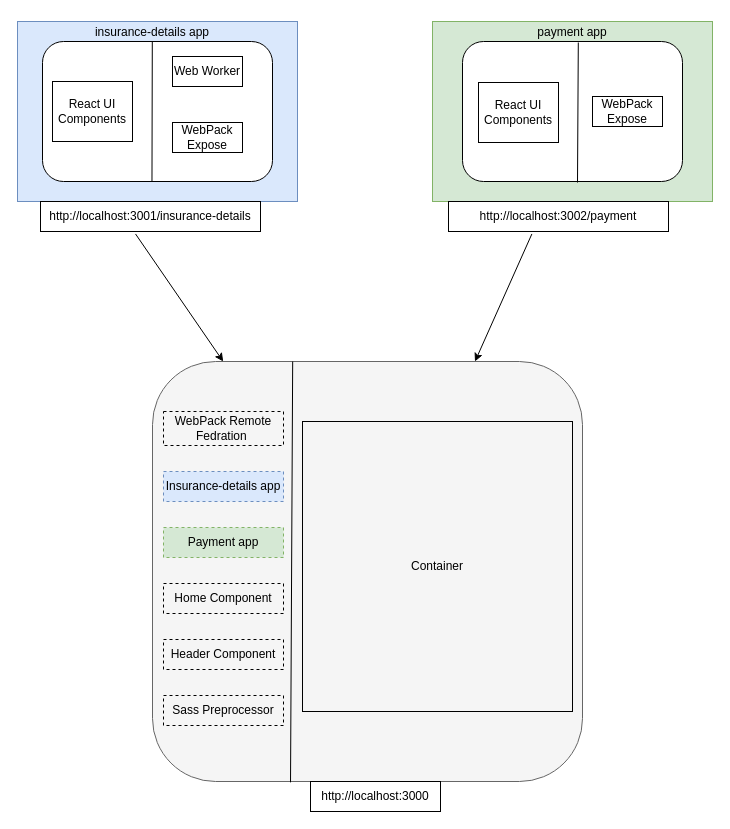
This is MFE_Architecture.drawio from Amarcool55/React_MFE, a draw.io file, before an edit. Source tidied: cells renumbered, new cells numbered last; positions are measured from the earlier drawing's top-left corner, leaving out a move shared by most shapes. Both pictures are drawn from the tidied source at 100%, with x=0, y=0 at pixel (17, 17).
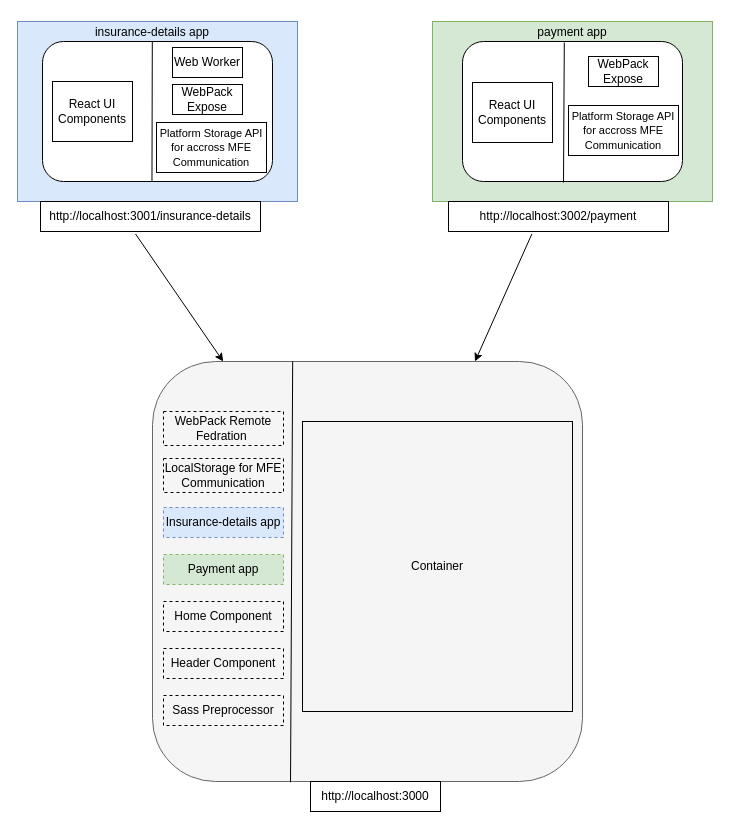
The same page after the edit.

Diff of the diagram source:
```diff
@@
     <mxCell id="9" value="Web Worker" style="text;html=1;strokeColor=default;fillColor=none;align=center;verticalAlign=middle;whiteSpace=wrap;rounded=0;" parent="1" vertex="1">
-      <mxGeometry x="155" y="39" width="70" height="30" as="geometry" />
+      <mxGeometry x="155" y="30" width="70" height="30" as="geometry" />
     </mxCell>
@@
     <mxCell id="11" value="WebPack&lt;br&gt;Expose" style="text;html=1;strokeColor=default;fillColor=none;align=center;verticalAlign=middle;whiteSpace=wrap;rounded=0;" parent="1" vertex="1">
-      <mxGeometry x="155" y="105" width="70" height="30" as="geometry" />
+      <mxGeometry x="155" y="67" width="70" height="30" as="geometry" />
     </mxCell>
@@
     <mxCell id="13" style="endArrow=none;html=1;rounded=0;entryX=0.476;entryY=1.001;entryDx=0;entryDy=0;entryPerimeter=0;" parent="1" edge="1">
       <mxGeometry relative="1" as="geometry">
-        <mxPoint x="560.8" y="25" as="sourcePoint" />
-        <mxPoint x="560" y="165" as="targetPoint" />
+        <mxPoint x="546.8" y="25" as="sourcePoint" />
+        <mxPoint x="546" y="165" as="targetPoint" />
       </mxGeometry>
     </mxCell>
     <mxCell id="14" value="WebPack&lt;br&gt;Expose" style="text;html=1;strokeColor=default;fillColor=none;align=center;verticalAlign=middle;whiteSpace=wrap;rounded=0;" parent="1" vertex="1">
-      <mxGeometry x="575" y="79" width="70" height="30" as="geometry" />
+      <mxGeometry x="571" y="39" width="70" height="30" as="geometry" />
     </mxCell>
     <mxCell id="15" value="React UI Components" style="text;html=1;strokeColor=default;fillColor=none;align=center;verticalAlign=middle;whiteSpace=wrap;rounded=0;" parent="1" vertex="1">
-      <mxGeometry x="461" y="65" width="80" height="60" as="geometry" />
+      <mxGeometry x="455" y="65" width="80" height="60" as="geometry" />
     </mxCell>
@@
     <mxCell id="19" value="Header Component" style="text;html=1;strokeColor=default;fillColor=none;align=center;verticalAlign=middle;whiteSpace=wrap;rounded=0;dashed=1;" parent="1" vertex="1">
-      <mxGeometry x="146" y="622" width="120" height="30" as="geometry" />
+      <mxGeometry x="146" y="631" width="120" height="30" as="geometry" />
     </mxCell>
     <mxCell id="20" value="Home Component" style="text;html=1;strokeColor=default;fillColor=none;align=center;verticalAlign=middle;whiteSpace=wrap;rounded=0;dashed=1;" parent="1" vertex="1">
-      <mxGeometry x="146" y="566" width="120" height="30" as="geometry" />
+      <mxGeometry x="146" y="584" width="120" height="30" as="geometry" />
     </mxCell>
     <mxCell id="21" value="Payment app" style="text;html=1;strokeColor=#82b366;fillColor=#d5e8d4;align=center;verticalAlign=middle;whiteSpace=wrap;rounded=0;dashed=1;" parent="1" vertex="1">
-      <mxGeometry x="146" y="510" width="120" height="30" as="geometry" />
+      <mxGeometry x="146" y="537" width="120" height="30" as="geometry" />
     </mxCell>
     <mxCell id="22" value="Insurance-details app" style="text;html=1;strokeColor=#6c8ebf;fillColor=#dae8fc;align=center;verticalAlign=middle;whiteSpace=wrap;rounded=0;dashed=1;" parent="1" vertex="1">
-      <mxGeometry x="146" y="454" width="120" height="30" as="geometry" />
+      <mxGeometry x="146" y="490" width="120" height="30" as="geometry" />
     </mxCell>
@@
+    <mxCell id="29" value="LocalStorage for MFE Communication" style="text;html=1;strokeColor=default;fillColor=none;align=center;verticalAlign=middle;whiteSpace=wrap;rounded=0;dashed=1;" parent="1" vertex="1">
+      <mxGeometry x="146" y="441" width="120" height="34" as="geometry" />
+    </mxCell>
+    <mxCell id="30" value="&lt;font style=&quot;font-size: 11px;&quot;&gt;Platform Storage API for accross MFE Communication&lt;/font&gt;" style="text;html=1;strokeColor=default;fillColor=none;align=center;verticalAlign=middle;whiteSpace=wrap;rounded=0;" parent="1" vertex="1">
+      <mxGeometry x="139" y="105" width="110" height="50" as="geometry" />
+    </mxCell>
+    <mxCell id="31" value="&lt;font style=&quot;font-size: 11px;&quot;&gt;Platform Storage API for accross MFE Communication&lt;/font&gt;" style="text;html=1;strokeColor=default;fillColor=none;align=center;verticalAlign=middle;whiteSpace=wrap;rounded=0;" parent="1" vertex="1">
+      <mxGeometry x="551" y="88" width="110" height="50" as="geometry" />
+    </mxCell>
```
